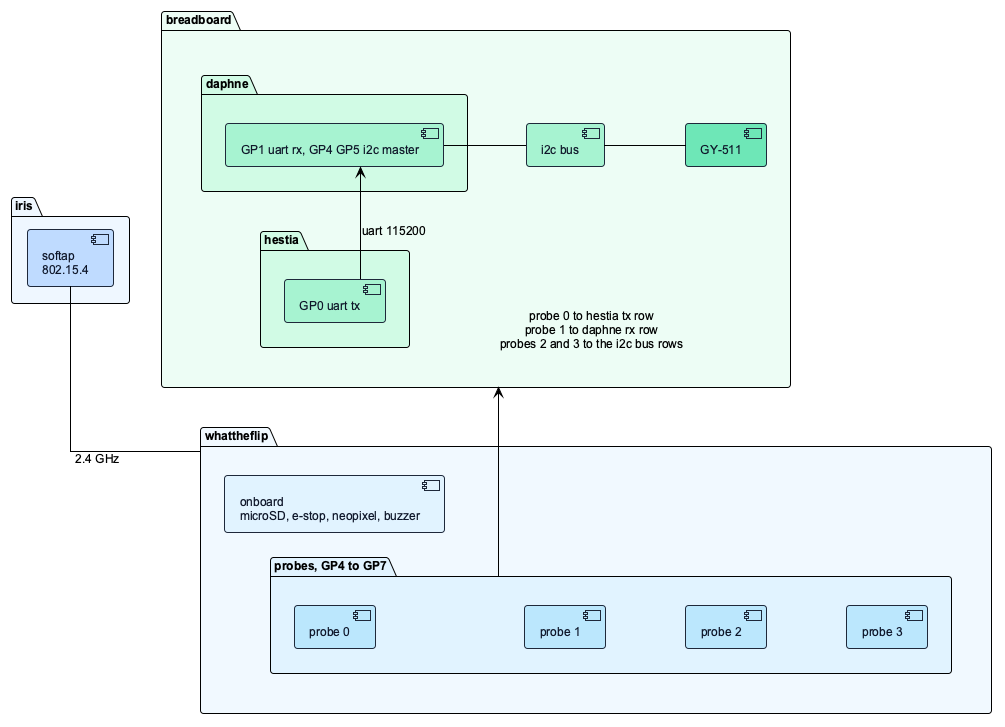
Earlier version of the PlantUML export reports/diagrams/hardware_interconnect.png (adoreblvnk/whattheflip).
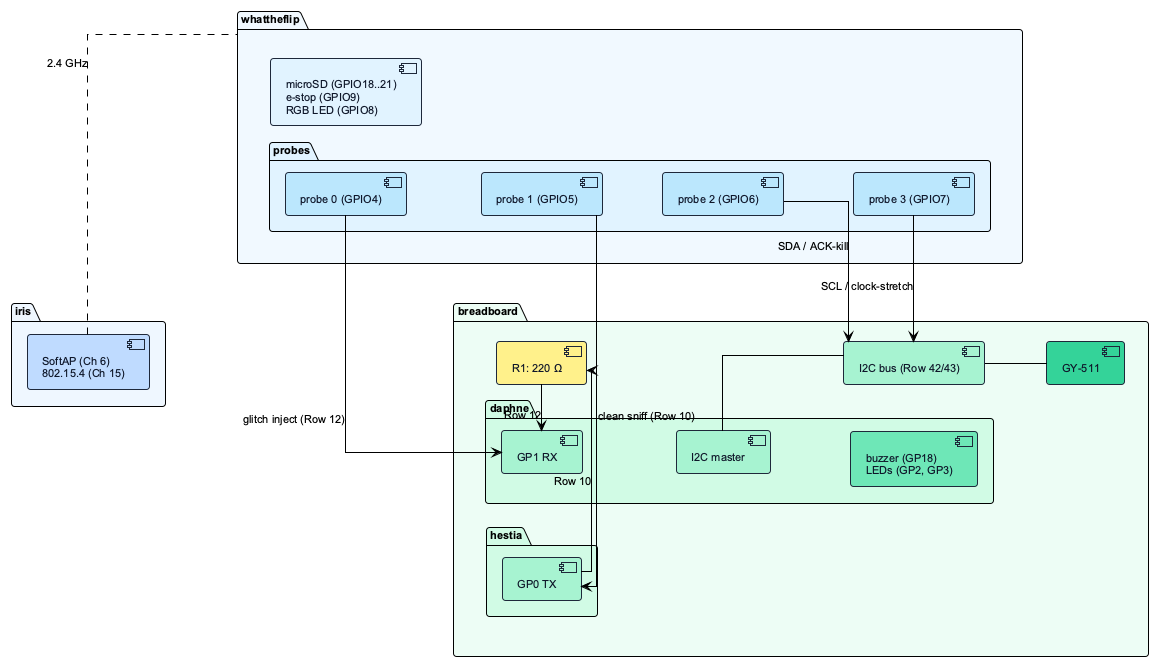
After the commit.

Commit message:
docs: rework hardware enumeration, tech stack, and bench diagrams

Diff of the diagram source:
```diff
@@ -3,54 +3,66 @@
 left to right direction
 skinparam backgroundColor #FFFFFF
 skinparam defaultFontName Arial
-skinparam defaultFontSize 12
+skinparam defaultFontSize 11
 skinparam shadowing false
 skinparam roundcorner 6
 skinparam linetype ortho
 skinparam nodesep 14
-skinparam ranksep 80
+skinparam ranksep 60
 
 skinparam component {
     BorderColor #1E293B
     BackgroundColor #F8FAFC
     FontColor #0F172A
-    FontSize 12
+    FontSize 11
 }
 
 package "whattheflip" as TOOL #F0F9FF {
-    package "probes, GP4 to GP7" as PROBES #E0F2FE {
-        component "probe 0" as P0 #BAE6FD
-        component "probe 1" as P1 #BAE6FD
-        component "probe 2" as P2 #BAE6FD
-        component "probe 3" as P3 #BAE6FD
+    package "probes" as PROBES #E0F2FE {
+        component "probe 0 (GPIO4)" as P0 #BAE6FD
+        component "probe 1 (GPIO5)" as P1 #BAE6FD
+        component "probe 2 (GPIO6)" as P2 #BAE6FD
+        component "probe 3 (GPIO7)" as P3 #BAE6FD
         P0 -[hidden]down- P1
         P1 -[hidden]down- P2
         P2 -[hidden]down- P3
     }
-    component "onboard\nmicroSD, e-stop, neopixel, buzzer" as ONBOARD #E0F2FE
+    component "microSD (GPIO18..21)\ne-stop (GPIO9)\nRGB LED (GPIO8)" as ONBOARD #E0F2FE
 }
 
 package "breadboard" as BB #ECFDF5 {
     package "hestia" as VA #D1FAE5 {
-        component "GP0 uart tx" as A_PINS #A7F3D0
+        component "GP0 TX" as A_PINS #A7F3D0
     }
+
+    component "R1: 220 Ω" as R1 #FEF08A
+
     package "daphne" as VB #D1FAE5 {
-        component "GP1 uart rx, GP4 GP5 i2c master" as B_PINS #A7F3D0
+        component "GP1 RX" as B_RX #A7F3D0
+        component "I2C master" as B_I2C #A7F3D0
+        component "buzzer (GP18)\nLEDs (GP2, GP3)" as B_ACT #6EE7B7
+        B_RX -[hidden]down- B_I2C
+        B_I2C -[hidden]down- B_ACT
     }
-    component "i2c bus" as BUS #A7F3D0
-    component "GY-511" as IMU #6EE7B7
-    VA -[hidden]right- VB
-    A_PINS -right-> B_PINS : uart 115200
-    B_PINS -- BUS
+
+    component "I2C bus (Row 42/43)" as BUS #A7F3D0
+    component "GY-511" as IMU #34D399
+
+    A_PINS -right-> R1 : Row 10
+    R1 -right-> B_RX : Row 12
+    B_I2C -- BUS
     BUS -- IMU
 }
 
-PROBES -right-> BB : probe 0 to hestia tx row\nprobe 1 to daphne rx row\nprobes 2 and 3 to the i2c bus rows
+P1 -right-> A_PINS : clean sniff (Row 10)
+P0 -right-> B_RX : glitch inject (Row 12)
+P2 -right-> BUS : SDA / ACK-kill
+P3 -right-> BUS : SCL / clock-stretch
 
 package "iris" as WV #EFF6FF {
-    component "softap\n802.15.4" as RF #BFDBFE
+    component "SoftAP (Ch 6)\n802.15.4 (Ch 15)" as RF #BFDBFE
 }
 
-RF -- TOOL : 2.4 GHz
+RF -.- TOOL : 2.4 GHz
 RF -[hidden]down- BB
 @enduml
```
